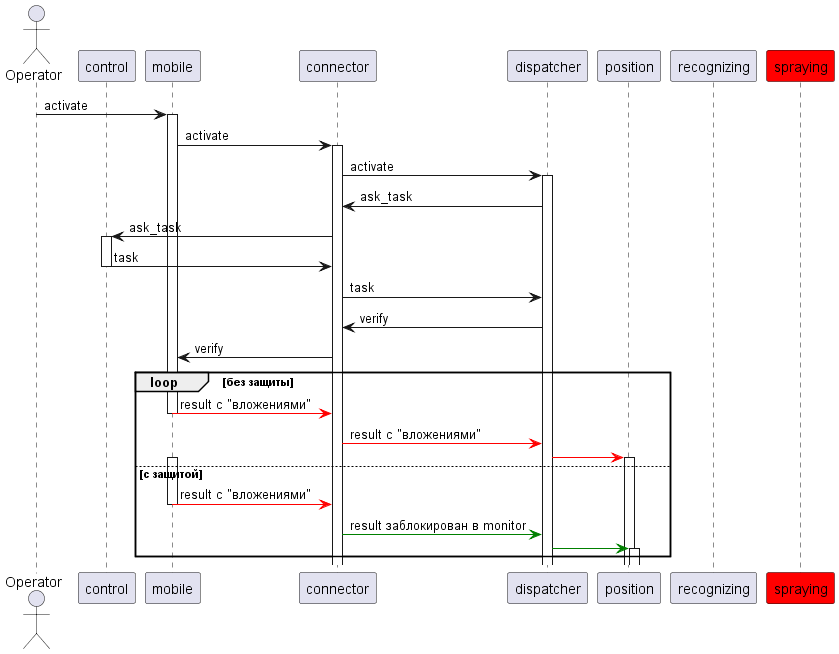
Before: pics/sd_4.png, a diagram exported from PlantUML (sergey-sobolev/cyberimmune-systems-case-study-drone). Its diagram source:
```plantuml
@startuml
actor "Operator" as c
participant control
participant mobile
participant connector
participant dispatcher
participant position
participant recognizing
participant spraying #red



c -> mobile++: activate
mobile -> connector++: activate
connector -> dispatcher++: activate
dispatcher -> connector: ask_task
connector -> control++: ask_task
control -> connector: task
control--
connector -> dispatcher: task

dispatcher -> connector: verify
connector -> mobile: verify
loop без защиты
mobile -[#red]> connector: result с "вложениями"
mobile--
connector -[#red]> dispatcher: result с "вложениями"
dispatcher -[#red]> position++
else c защитой
mobile++
mobile -[#red]> connector: result с "вложениями"
mobile--
connector -[#green]> dispatcher: result заблокирован в monitor
dispatcher -[#green]> position++
end



@enduml
```
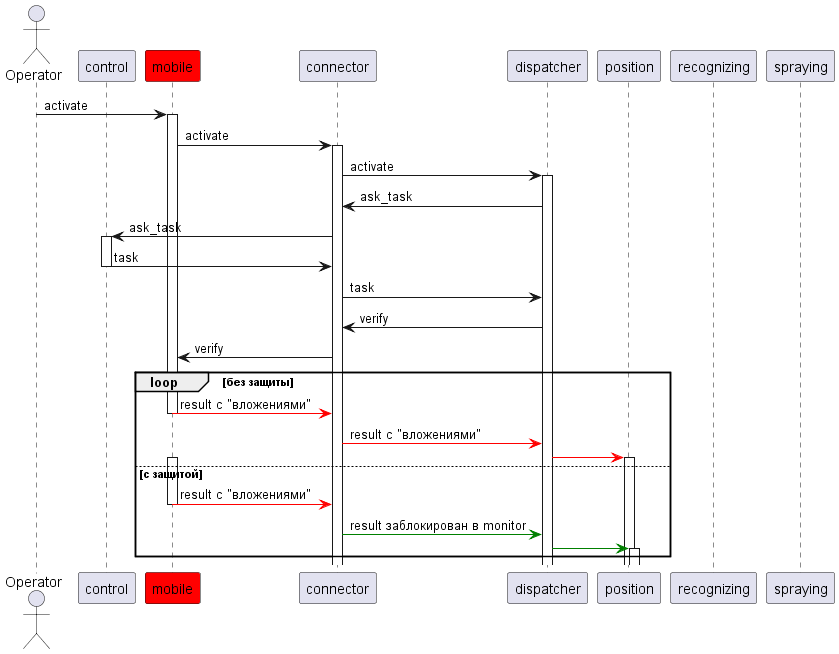
After the change.

What changed in the source:
```diff
@@ -1,12 +1,12 @@
 @startuml
 actor "Operator" as c
 participant control
-participant mobile
+participant mobile #red
 participant connector
 participant dispatcher
 participant position
 participant recognizing
-participant spraying #red
+participant spraying
 
 
 
```
